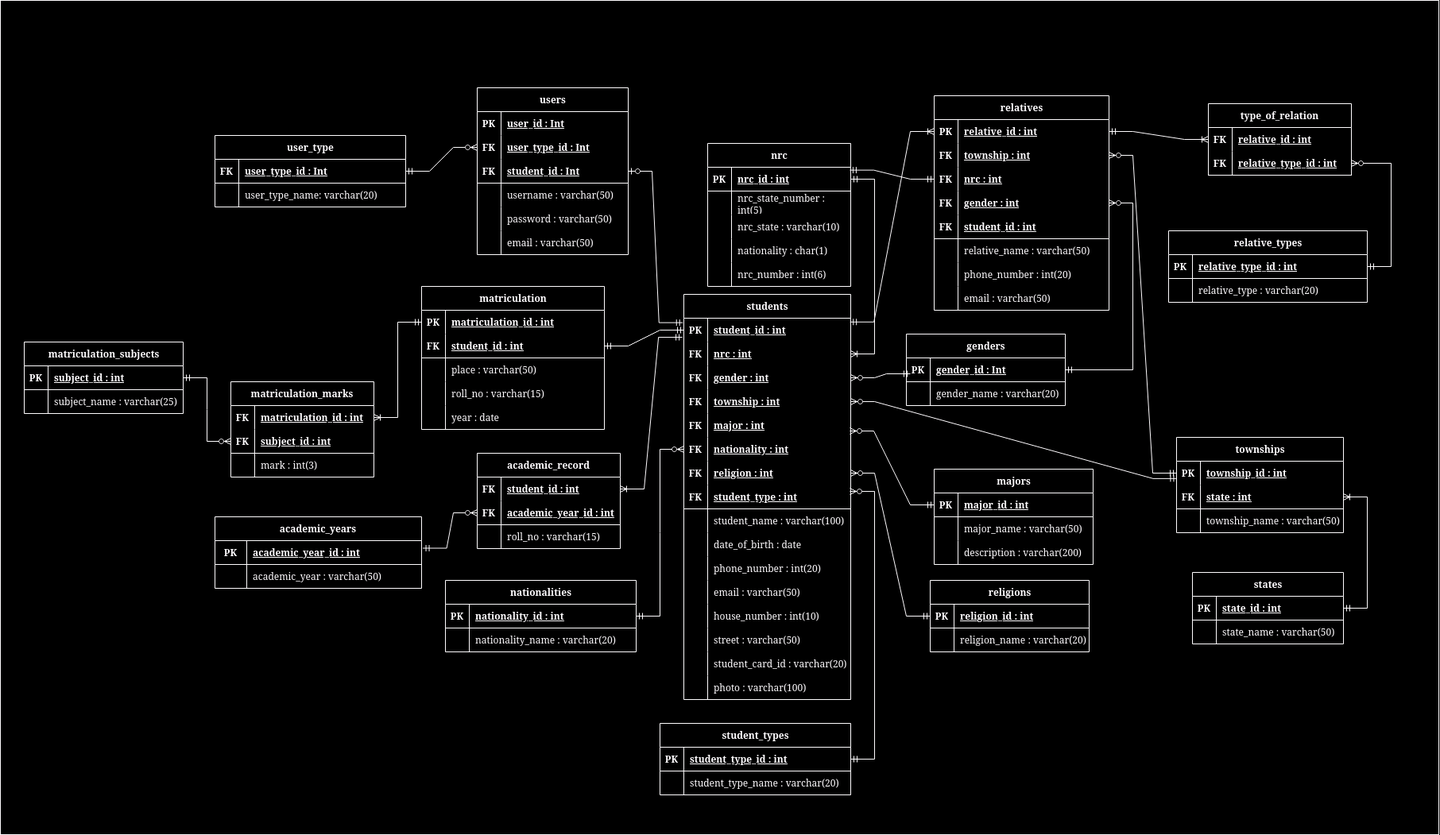
Earlier version of the draw.io export database/database.drawio.png (shinjir0u/StudentRegistrationSystem). Source tidied: cells renumbered, new cells last; positions are measured from the earlier drawing's top-left corner, leaving out a move shared by most shapes.
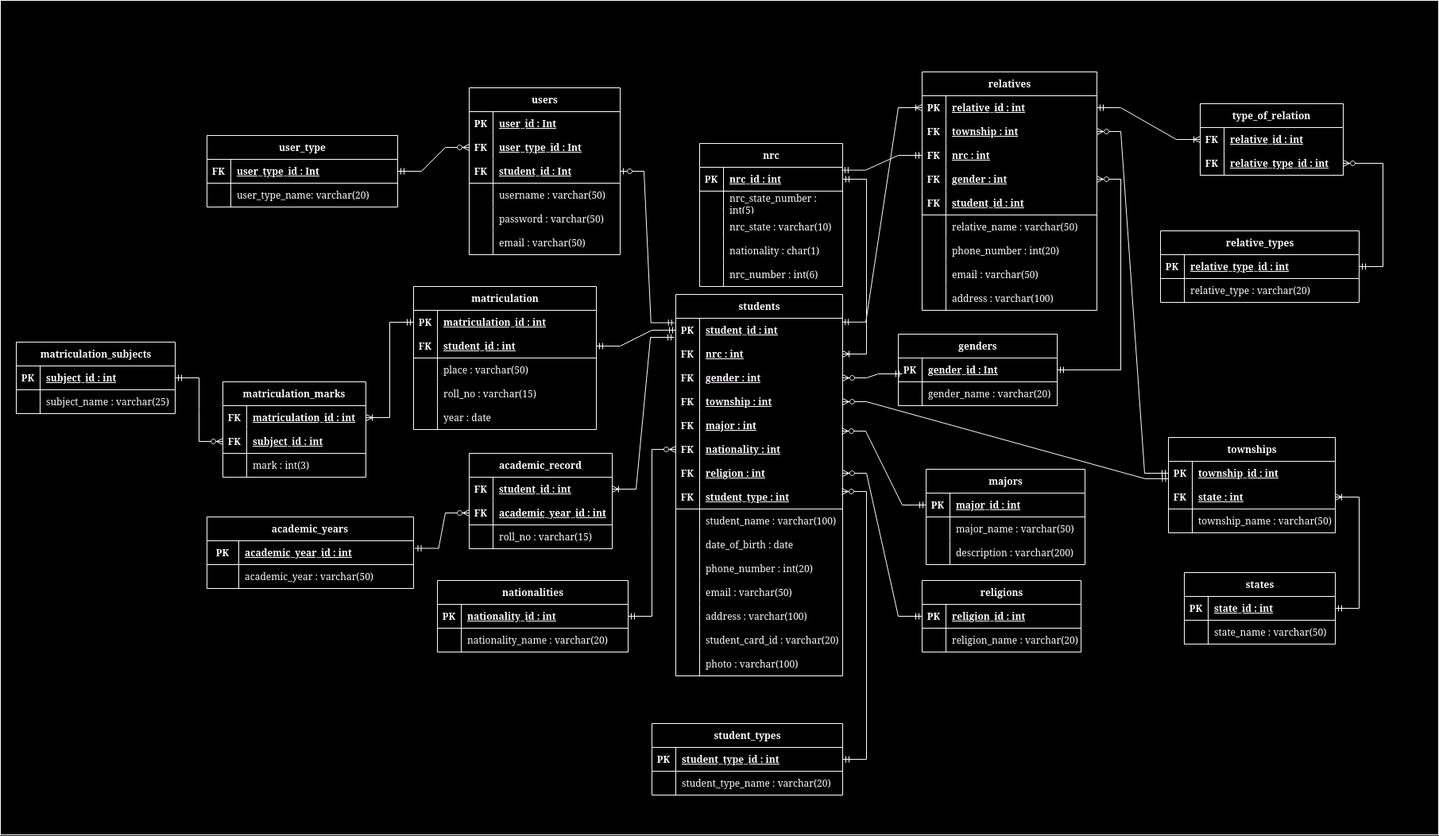
Later version of the same file.

Commit message:
Finalized database, hopefully :)

Diff of the diagram source:
```diff
@@ -3,7 +3,7 @@
     <mxCell id="0" />
     <mxCell id="1" parent="0" />
     <mxCell id="2" style="rounded=0;whiteSpace=wrap;html=1;" parent="1" vertex="1">
-      <mxGeometry y="360" width="1810" height="1050" as="geometry" />
+      <mxGeometry x="10" y="360" width="1810" height="1050" as="geometry" />
     </mxCell>
     <mxCell id="3" value="users" style="shape=table;startSize=30;rowLines=0;fontStyle=1;align=center;html=1;" parent="1" vertex="1">
       <mxGeometry x="600" y="470" width="190" height="210" as="geometry" />
@@ -162,7 +162,7 @@
       <mxGeometry x="40" width="220" height="30" as="geometry" />
     </mxCell>
     <mxCell id="55" value="students" style="shape=table;startSize=30;rowLines=0;fontStyle=1;align=center;html=1;" parent="1" vertex="1">
-      <mxGeometry x="860" y="730" width="210" height="510" as="geometry" />
+      <mxGeometry x="860" y="730" width="210" height="480" as="geometry" />
     </mxCell>
     <mxCell id="56" style="shape=tableRow;horizontal=0;startSize=0;swimlaneHead=0;swimlaneBody=0;fillColor=none;points=[[0,0.5],[1,0.5]];portConstraint=eastwest;top=0;left=0;right=0;bottom=0;" parent="55" vertex="1">
       <mxGeometry y="30" width="210" height="30" as="geometry" />
@@ -272,26 +272,17 @@
     <mxCell id="91" value="email : varchar(50)" style="shape=partialRectangle;fillColor=none;top=0;left=0;bottom=0;right=0;align=left;spacingLeft=6;overflow=hidden;whiteSpace=wrap;html=1;" parent="89" vertex="1">
       <mxGeometry x="30" width="180" height="30" as="geometry" />
     </mxCell>
-    <mxCell id="92" style="shape=tableRow;horizontal=0;startSize=0;swimlaneHead=0;swimlaneBody=0;fillColor=none;top=0;left=0;right=0;bottom=0;" parent="55" vertex="1">
-      <mxGeometry y="390" width="210" height="30" as="geometry" />
-    </mxCell>
-    <mxCell id="93" style="shape=partialRectangle;fillColor=none;top=0;left=0;bottom=0;right=0;overflow=hidden;whiteSpace=wrap;html=1;" parent="92" vertex="1">
-      <mxGeometry width="30" height="30" as="geometry" />
-    </mxCell>
-    <mxCell id="94" value="house_number : int(10)" style="shape=partialRectangle;fillColor=none;top=0;left=0;bottom=0;right=0;align=left;spacingLeft=6;overflow=hidden;whiteSpace=wrap;html=1;" parent="92" vertex="1">
-      <mxGeometry x="30" width="180" height="30" as="geometry" />
-    </mxCell>
     <mxCell id="95" style="shape=tableRow;horizontal=0;startSize=0;swimlaneHead=0;swimlaneBody=0;fillColor=none;top=0;left=0;right=0;bottom=0;" parent="55" vertex="1">
-      <mxGeometry y="420" width="210" height="30" as="geometry" />
+      <mxGeometry y="390" width="210" height="30" as="geometry" />
     </mxCell>
     <mxCell id="96" style="shape=partialRectangle;fillColor=none;top=0;left=0;bottom=0;right=0;overflow=hidden;whiteSpace=wrap;html=1;" parent="95" vertex="1">
       <mxGeometry width="30" height="30" as="geometry" />
     </mxCell>
-    <mxCell id="97" value="street : varchar(50)" style="shape=partialRectangle;fillColor=none;top=0;left=0;bottom=0;right=0;align=left;spacingLeft=6;overflow=hidden;whiteSpace=wrap;html=1;" parent="95" vertex="1">
+    <mxCell id="97" value="address : varchar(100)" style="shape=partialRectangle;fillColor=none;top=0;left=0;bottom=0;right=0;align=left;spacingLeft=6;overflow=hidden;whiteSpace=wrap;html=1;" parent="95" vertex="1">
       <mxGeometry x="30" width="180" height="30" as="geometry" />
     </mxCell>
     <mxCell id="98" style="shape=tableRow;horizontal=0;startSize=0;swimlaneHead=0;swimlaneBody=0;fillColor=none;top=0;left=0;right=0;bottom=0;" parent="55" vertex="1">
-      <mxGeometry y="450" width="210" height="30" as="geometry" />
+      <mxGeometry y="420" width="210" height="30" as="geometry" />
     </mxCell>
     <mxCell id="99" style="shape=partialRectangle;fillColor=none;top=0;left=0;bottom=0;right=0;overflow=hidden;whiteSpace=wrap;html=1;" parent="98" vertex="1">
       <mxGeometry width="30" height="30" as="geometry" />
@@ -300,7 +291,7 @@
       <mxGeometry x="30" width="180" height="30" as="geometry" />
     </mxCell>
     <mxCell id="101" style="shape=tableRow;horizontal=0;startSize=0;swimlaneHead=0;swimlaneBody=0;fillColor=none;top=0;left=0;right=0;bottom=0;" parent="55" vertex="1">
-      <mxGeometry y="480" width="210" height="30" as="geometry" />
+      <mxGeometry y="450" width="210" height="30" as="geometry" />
     </mxCell>
     <mxCell id="102" style="shape=partialRectangle;fillColor=none;top=0;left=0;bottom=0;right=0;overflow=hidden;whiteSpace=wrap;html=1;" parent="101" vertex="1">
       <mxGeometry width="30" height="30" as="geometry" />
@@ -549,7 +540,7 @@
       </mxGeometry>
     </mxCell>
     <mxCell id="180" value="relatives" style="shape=table;startSize=30;rowLines=0;fontStyle=1;align=center;html=1;" parent="1" vertex="1">
-      <mxGeometry x="1175" y="480" width="220" height="270" as="geometry" />
+      <mxGeometry x="1170" y="450" width="220" height="300" as="geometry" />
     </mxCell>
     <mxCell id="181" style="shape=tableRow;horizontal=0;startSize=0;swimlaneHead=0;swimlaneBody=0;fillColor=none;points=[[0,0.5],[1,0.5]];portConstraint=eastwest;top=0;left=0;right=0;bottom=0;" parent="180" vertex="1">
       <mxGeometry y="30" width="220" height="30" as="geometry" />
@@ -623,6 +614,15 @@
     <mxCell id="204" value="email : varchar(50)" style="shape=partialRectangle;fillColor=none;top=0;left=0;bottom=0;right=0;align=left;spacingLeft=6;overflow=hidden;whiteSpace=wrap;html=1;" parent="202" vertex="1">
       <mxGeometry x="30" width="190" height="30" as="geometry" />
     </mxCell>
+    <mxCell id="259" style="shape=tableRow;horizontal=0;startSize=0;swimlaneHead=0;swimlaneBody=0;fillColor=none;top=0;left=0;right=0;bottom=0;" parent="180" vertex="1">
+      <mxGeometry y="270" width="220" height="30" as="geometry" />
+    </mxCell>
+    <mxCell id="93" style="shape=partialRectangle;fillColor=none;top=0;left=0;bottom=0;right=0;overflow=hidden;whiteSpace=wrap;html=1;" parent="259" vertex="1">
+      <mxGeometry width="30" height="30" as="geometry" />
+    </mxCell>
+    <mxCell id="260" value="address : varchar(100)" style="shape=partialRectangle;fillColor=none;top=0;left=0;bottom=0;right=0;align=left;spacingLeft=6;overflow=hidden;whiteSpace=wrap;html=1;" parent="259" vertex="1">
+      <mxGeometry x="30" width="190" height="30" as="geometry" />
+    </mxCell>
     <mxCell id="205" value="relative_types" style="shape=table;startSize=30;rowLines=0;fontStyle=1;align=center;html=1;" parent="1" vertex="1">
       <mxGeometry x="1470" y="650" width="250" height="90" as="geometry" />
     </mxCell>
```
